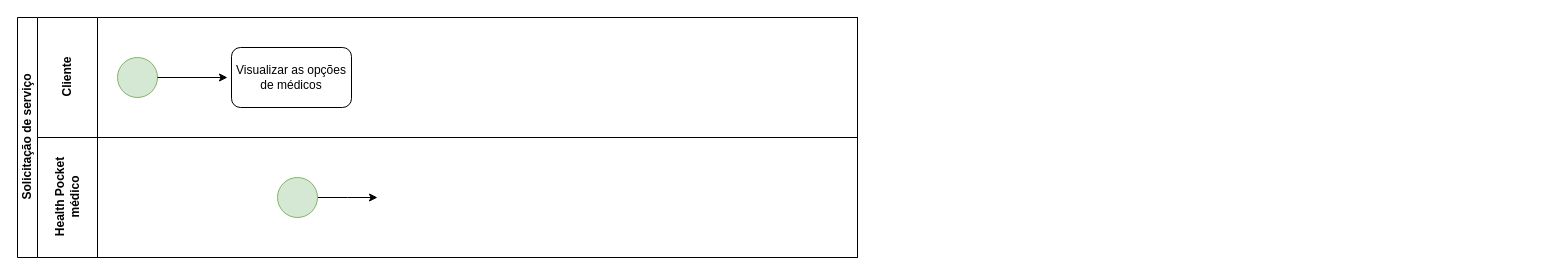
Above: Diagrama sem nome.drawio in Luan-Moreno/Health-Pocket (draw.io), before the change. Source tidied: cells renumbered, new cells numbered last; positions are measured from the earlier drawing's top-left corner, leaving out a move shared by most shapes. Both pictures are drawn from the tidied source at 100%, with x=0, y=0 at pixel (17, 17).
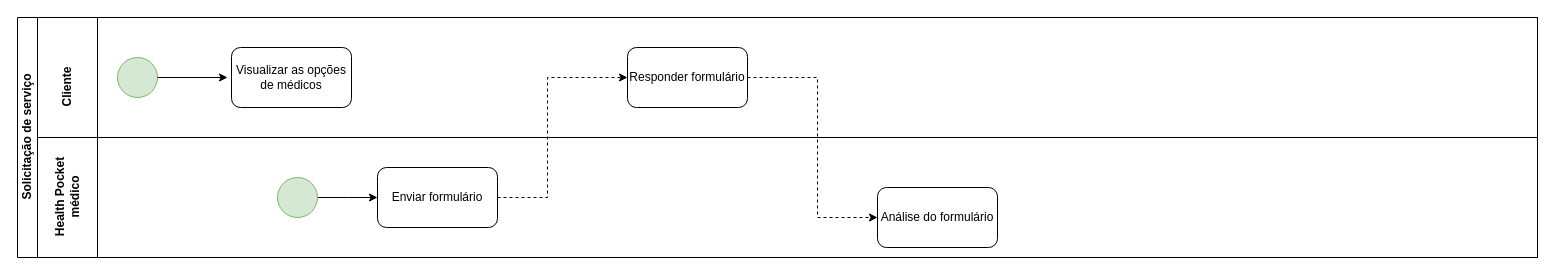
Above is the later version.

Change to the diagram source:
```diff
@@
     <mxCell id="2" value="Solicitação de serviço" style="swimlane;html=1;horizontal=0;startSize=20;" parent="1" vertex="1">
-      <mxGeometry width="840" height="240" as="geometry" />
+      <mxGeometry width="1520" height="240" as="geometry" />
     </mxCell>
@@
-    <mxCell id="4" value="Cliente" style="swimlane;html=1;startSize=60;horizontal=0;" parent="2" vertex="1">
-      <mxGeometry x="20" width="820" height="120" as="geometry" />
+    <mxCell id="4" value="&amp;nbsp; &amp;nbsp; &amp;nbsp; &amp;nbsp; &amp;nbsp; &amp;nbsp; &amp;nbsp; &amp;nbsp; &amp;nbsp; &amp;nbsp; &amp;nbsp; &amp;nbsp; &amp;nbsp; &amp;nbsp; &amp;nbsp; Cliente" style="swimlane;html=1;startSize=60;horizontal=0;" parent="2" vertex="1">
+      <mxGeometry x="20" width="1500" height="240" as="geometry" />
     </mxCell>
@@
-    <mxCell id="8" value="Health Pocket&lt;br&gt;médico" style="swimlane;html=1;startSize=60;horizontal=0;" parent="2" vertex="1">
-      <mxGeometry x="20" y="120" width="820" height="120" as="geometry" />
+    <mxCell id="8" value="Health Pocket&lt;br&gt;médico" style="swimlane;html=1;startSize=60;horizontal=0;" parent="4" vertex="1">
+      <mxGeometry y="120" width="1500" height="120" as="geometry" />
     </mxCell>
@@
+    <mxCell id="11" value="Enviar formulário" style="rounded=1;whiteSpace=wrap;html=1;" parent="8" vertex="1">
+      <mxGeometry x="340" y="30" width="120" height="60" as="geometry" />
+    </mxCell>
+    <mxCell id="12" style="endArrow=classic;html=1;rounded=0;dashed=1;" parent="8" edge="1">
+      <mxGeometry relative="1" as="geometry">
+        <mxPoint x="460" y="60" as="sourcePoint" />
+        <mxPoint x="590" y="-60" as="targetPoint" />
+        <Array as="points">
+          <mxPoint x="510" y="60" />
+          <mxPoint x="510" y="-60" />
+        </Array>
+      </mxGeometry>
+    </mxCell>
+    <mxCell id="13" value="Análise do formulário" style="rounded=1;whiteSpace=wrap;html=1;" parent="8" vertex="1">
+      <mxGeometry x="840" y="50" width="120" height="60" as="geometry" />
+    </mxCell>
+    <mxCell id="14" value="Responder formulário" style="rounded=1;whiteSpace=wrap;html=1;" parent="4" vertex="1">
+      <mxGeometry x="590" y="30" width="120" height="60" as="geometry" />
+    </mxCell>
+    <mxCell id="15" style="endArrow=classic;html=1;rounded=0;dashed=1;exitX=1;exitY=0.5;exitDx=0;exitDy=0;" parent="4" edge="1" source="14" target="13">
+      <mxGeometry relative="1" as="geometry">
+        <Array as="points">
+          <mxPoint x="780" y="60" />
+          <mxPoint x="780" y="200" />
+        </Array>
+      </mxGeometry>
+    </mxCell>
```
